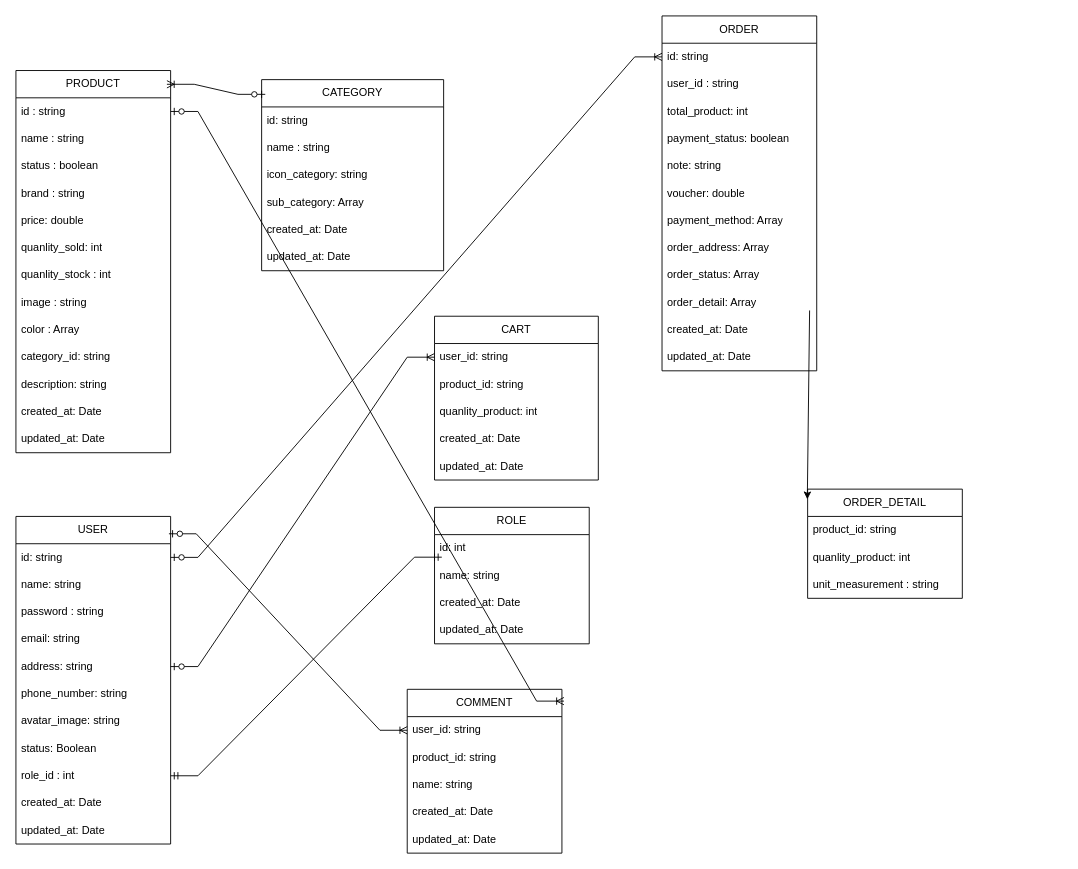
DucLuong-456/graduation_project-DLShop keeps this draw.io diagram as server/docs/DLshop_Diagram.drawio. Above is the earlier version. Source tidied: cells renumbered, new cells numbered last; positions are measured from the earlier drawing's top-left corner, leaving out a move shared by most shapes. Both pictures are drawn from the tidied source at 91%, with x=0, y=0 at pixel (15, 15).
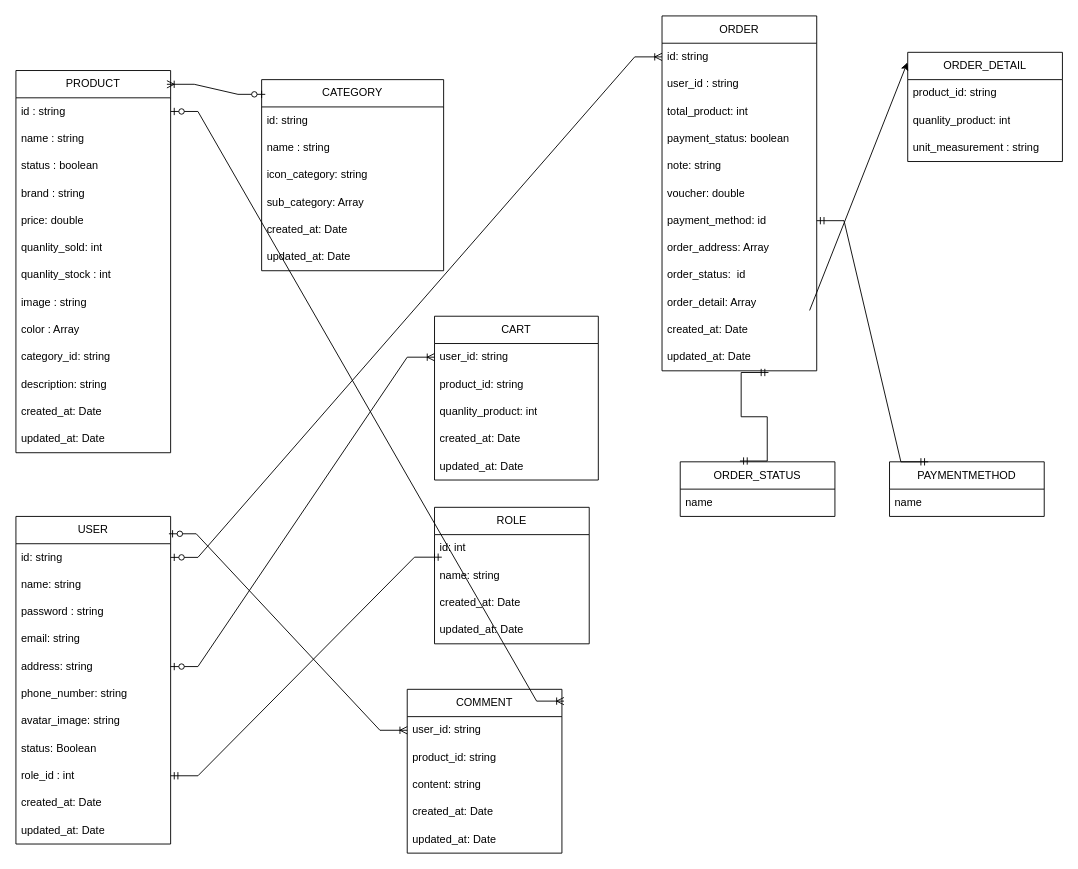
The same page after the edit.

The change refers to these unchanged cells:
```xml
<mxCell id="46" value="ORDER" style="swimlane;fontStyle=0;horizontal=1;startSize=30;whiteSpace=wrap;html=1;" parent="1" vertex="1">
  <mxGeometry x="710" width="170" height="390" as="geometry" />
</mxCell>
<mxCell id="58" value="updated_at: Date" style="text;strokeColor=none;fillColor=none;align=left;verticalAlign=middle;spacingLeft=4;spacingRight=4;overflow=hidden;points=[[0,0.5],[1,0.5]];portConstraint=eastwest;whiteSpace=wrap;html=1;" parent="46" vertex="1">
  <mxGeometry y="360" width="170" height="30" as="geometry" />
</mxCell>
<mxCell id="64" value="COMMENT" style="swimlane;fontStyle=0;horizontal=1;startSize=30;whiteSpace=wrap;html=1;" parent="1" vertex="1">
  <mxGeometry x="430" y="740" width="170" height="180" as="geometry" />
</mxCell>
```

Diff of the diagram source:
```diff
@@
-    <mxCell id="53" value="payment_method: Array" style="text;strokeColor=none;fillColor=none;align=left;verticalAlign=middle;spacingLeft=4;spacingRight=4;overflow=hidden;points=[[0,0.5],[1,0.5]];portConstraint=eastwest;whiteSpace=wrap;html=1;" parent="46" vertex="1">
+    <mxCell id="53" value="payment_method: id" style="text;strokeColor=none;fillColor=none;align=left;verticalAlign=middle;spacingLeft=4;spacingRight=4;overflow=hidden;points=[[0,0.5],[1,0.5]];portConstraint=eastwest;whiteSpace=wrap;html=1;" parent="46" vertex="1">
       <mxGeometry y="210" width="170" height="30" as="geometry" />
     </mxCell>
@@
-    <mxCell id="55" value="order_status: Array" style="text;strokeColor=none;fillColor=none;align=left;verticalAlign=middle;spacingLeft=4;spacingRight=4;overflow=hidden;whiteSpace=wrap;html=1;" parent="46" vertex="1">
+    <mxCell id="55" value="order_status:&amp;nbsp; id" style="text;strokeColor=none;fillColor=none;align=left;verticalAlign=middle;spacingLeft=4;spacingRight=4;overflow=hidden;whiteSpace=wrap;html=1;" parent="46" vertex="1">
       <mxGeometry y="270" width="170" height="30" as="geometry" />
     </mxCell>
@@
     <mxCell id="59" value="ORDER_DETAIL" style="swimlane;fontStyle=0;horizontal=1;startSize=30;whiteSpace=wrap;html=1;" parent="1" vertex="1">
-      <mxGeometry x="870" y="520" width="170" height="120" as="geometry" />
+      <mxGeometry x="980" y="40" width="170" height="120" as="geometry" />
     </mxCell>
@@
-    <mxCell id="67" value="name: string" style="text;strokeColor=none;fillColor=none;align=left;verticalAlign=middle;spacingLeft=4;spacingRight=4;overflow=hidden;whiteSpace=wrap;html=1;" parent="64" vertex="1">
+    <mxCell id="67" value="content: string" style="text;strokeColor=none;fillColor=none;align=left;verticalAlign=middle;spacingLeft=4;spacingRight=4;overflow=hidden;whiteSpace=wrap;html=1;" parent="64" vertex="1">
       <mxGeometry y="90" width="170" height="30" as="geometry" />
     </mxCell>
@@
+    <mxCell id="76" value="ORDER_STATUS" style="swimlane;fontStyle=0;horizontal=1;startSize=30;whiteSpace=wrap;html=1;" parent="1" vertex="1">
+      <mxGeometry x="730" y="490" width="170" height="60" as="geometry" />
+    </mxCell>
+    <mxCell id="77" value="name" style="text;strokeColor=none;fillColor=none;align=left;verticalAlign=middle;spacingLeft=4;spacingRight=4;overflow=hidden;whiteSpace=wrap;html=1;" parent="76" vertex="1">
+      <mxGeometry y="30" width="170" height="30" as="geometry" />
+    </mxCell>
+    <mxCell id="78" value="PAYMENTMETHOD" style="swimlane;fontStyle=0;horizontal=1;startSize=30;whiteSpace=wrap;html=1;" parent="1" vertex="1">
+      <mxGeometry x="960" y="490" width="170" height="60" as="geometry" />
+    </mxCell>
+    <mxCell id="79" value="name" style="text;strokeColor=none;fillColor=none;align=left;verticalAlign=middle;spacingLeft=4;spacingRight=4;overflow=hidden;whiteSpace=wrap;html=1;" parent="78" vertex="1">
+      <mxGeometry y="30" width="170" height="30" as="geometry" />
+    </mxCell>
+    <mxCell id="80" style="edgeStyle=entityRelationEdgeStyle;fontSize=12;html=1;endArrow=ERmandOne;startArrow=ERmandOne;rounded=0;entryX=0.688;entryY=1.061;entryDx=0;entryDy=0;entryPerimeter=0;exitX=0.386;exitY=-0.015;exitDx=0;exitDy=0;exitPerimeter=0;" parent="1" edge="1" source="76" target="58">
+      <mxGeometry relative="1" as="geometry" />
+    </mxCell>
+    <mxCell id="81" style="edgeStyle=entityRelationEdgeStyle;fontSize=12;html=1;endArrow=ERmandOne;startArrow=ERmandOne;rounded=0;entryX=0.25;entryY=0;entryDx=0;entryDy=0;" parent="1" edge="1" source="53" target="78">
+      <mxGeometry relative="1" as="geometry" />
+    </mxCell>
```
